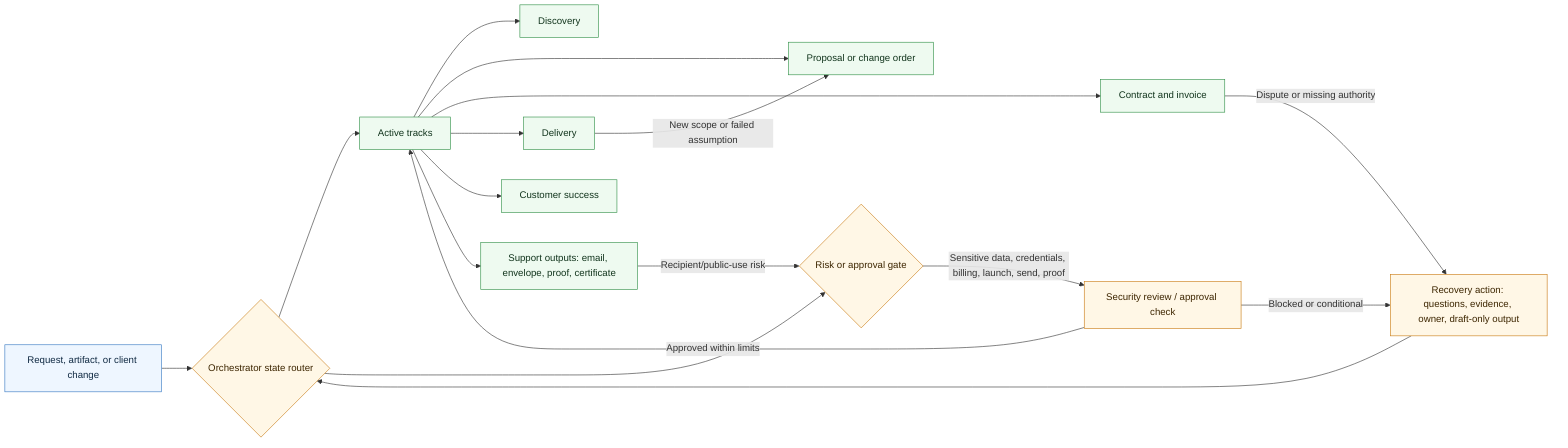
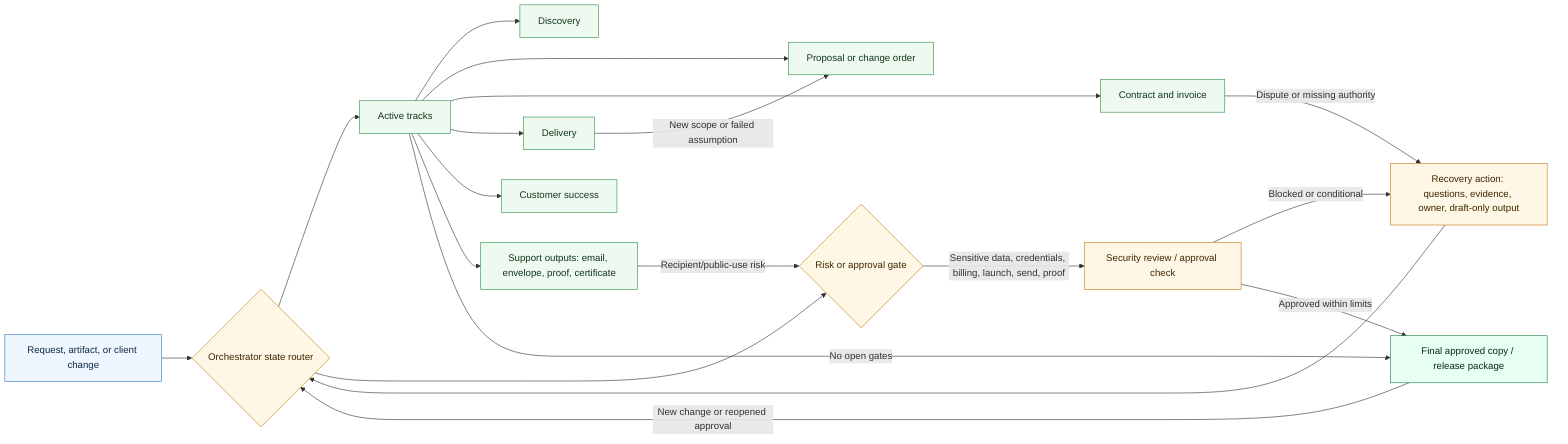
flowchart LR
  A[Request, artifact, or client change] --> B{Orchestrator state router}
  B --> C[Active tracks]
  C --> D[Discovery]
  C --> E[Proposal or change order]
  C --> F[Contract and invoice]
  C --> G[Delivery]
  C --> H[Customer success]
  C --> I[Support outputs: email, envelope, proof, certificate]
  B --> J{Risk or approval gate}
  J -->|Sensitive data, credentials, billing, launch, send, proof| K[Security review / approval check]
  K -->|Blocked or conditional| L[Recovery action: questions, evidence, owner, draft-only output]
-   K -->|Approved within limits| C
+   K -->|Approved within limits| M[Final approved copy / release package]
+   C -->|No open gates| M
  G -->|New scope or failed assumption| E
  F -->|Dispute or missing authority| L
  I -->|Recipient/public-use risk| J
  L --> B
+   M -->|New change or reopened approval| B
  classDef source fill:#eef6ff,stroke:#3778c2,color:#102a43;
  classDef gate fill:#fff7e6,stroke:#c97a12,color:#3d2600;
  classDef output fill:#eefaf0,stroke:#2f8f46,color:#12351d;
+   classDef final fill:#e8fff4,stroke:#15803d,color:#052e16;
  class A source;
  class B,J,K,L gate;
  class C,D,E,F,G,H,I output;
+   class M final;
